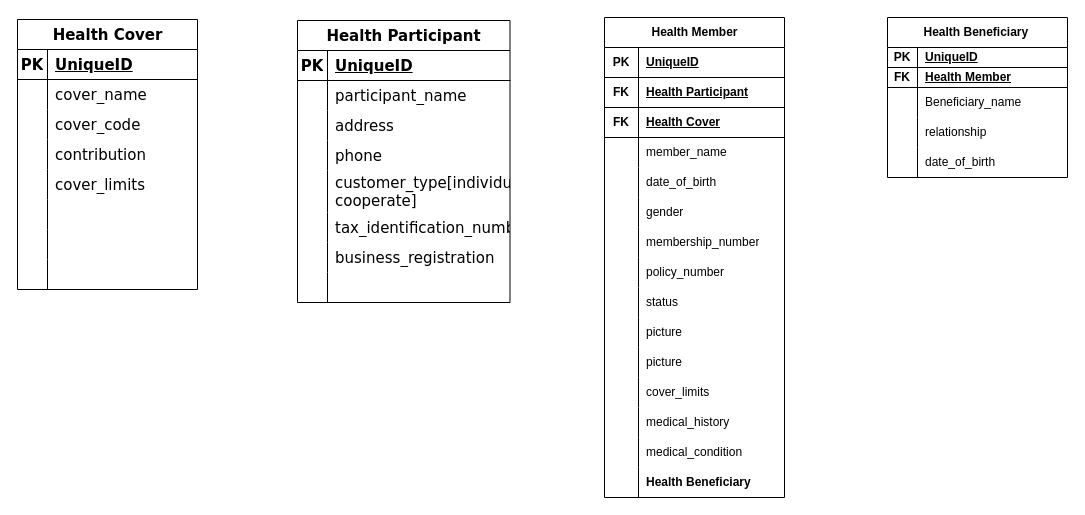
Before: page "Medical" (8 of 11) of erpnext/InSIST Insurance ERDiagram.drawio in InSIST-Global-Ltd/erpnext, a draw.io diagram. Source tidied: cells renumbered, new cells numbered last; positions are measured from the earlier drawing's top-left corner, leaving out a move shared by most shapes. Both pictures are drawn from the tidied source at 100%, with x=0, y=0 at pixel (17, 17).
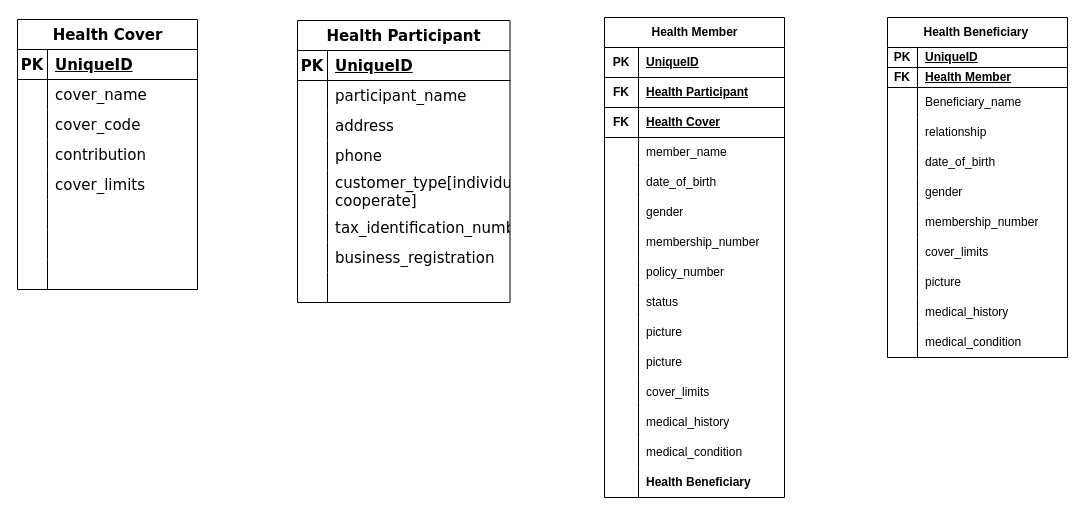
After the change.

Diff of the diagram source:
```diff
@@
     <mxCell id="98" value="Health Beneficiary&amp;nbsp;" style="shape=table;startSize=30;childLayout=tableLayout;rowLines=0;fontStyle=1;align=center;html=1;" parent="1" vertex="1">
-      <mxGeometry x="870" width="180" height="160" as="geometry" />
+      <mxGeometry x="870" width="180" height="340" as="geometry" />
     </mxCell>
@@
+    <mxCell id="114" style="shape=tableRow;horizontal=0;startSize=0;swimlaneHead=0;swimlaneBody=0;fillColor=none;top=0;left=0;right=0;bottom=0;" parent="98" vertex="1">
+      <mxGeometry y="160" width="180" height="30" as="geometry" />
+    </mxCell>
+    <mxCell id="115" style="shape=partialRectangle;fillColor=none;top=0;left=0;bottom=0;right=0;overflow=hidden;whiteSpace=wrap;html=1;" parent="114" vertex="1">
+      <mxGeometry width="30" height="30" as="geometry" />
+    </mxCell>
+    <mxCell id="116" value="gender" style="shape=partialRectangle;fillColor=none;top=0;left=0;bottom=0;right=0;align=left;spacingLeft=6;overflow=hidden;whiteSpace=wrap;html=1;" parent="114" vertex="1">
+      <mxGeometry x="30" width="150" height="30" as="geometry" />
+    </mxCell>
+    <mxCell id="117" style="shape=tableRow;horizontal=0;startSize=0;swimlaneHead=0;swimlaneBody=0;fillColor=none;top=0;left=0;right=0;bottom=0;" parent="98" vertex="1">
+      <mxGeometry y="190" width="180" height="30" as="geometry" />
+    </mxCell>
+    <mxCell id="118" style="shape=partialRectangle;fillColor=none;top=0;left=0;bottom=0;right=0;overflow=hidden;whiteSpace=wrap;html=1;" parent="117" vertex="1">
+      <mxGeometry width="30" height="30" as="geometry" />
+    </mxCell>
+    <mxCell id="119" value="membership_number" style="shape=partialRectangle;fillColor=none;top=0;left=0;bottom=0;right=0;align=left;spacingLeft=6;overflow=hidden;whiteSpace=wrap;html=1;" parent="117" vertex="1">
+      <mxGeometry x="30" width="150" height="30" as="geometry" />
+    </mxCell>
+    <mxCell id="120" style="shape=tableRow;horizontal=0;startSize=0;swimlaneHead=0;swimlaneBody=0;fillColor=none;top=0;left=0;right=0;bottom=0;" parent="98" vertex="1">
+      <mxGeometry y="220" width="180" height="30" as="geometry" />
+    </mxCell>
+    <mxCell id="121" style="shape=partialRectangle;fillColor=none;top=0;left=0;bottom=0;right=0;overflow=hidden;whiteSpace=wrap;html=1;" parent="120" vertex="1">
+      <mxGeometry width="30" height="30" as="geometry" />
+    </mxCell>
+    <mxCell id="122" value="cover_limits" style="shape=partialRectangle;fillColor=none;top=0;left=0;bottom=0;right=0;align=left;spacingLeft=6;overflow=hidden;whiteSpace=wrap;html=1;" parent="120" vertex="1">
+      <mxGeometry x="30" width="150" height="30" as="geometry" />
+    </mxCell>
+    <mxCell id="123" style="shape=tableRow;horizontal=0;startSize=0;swimlaneHead=0;swimlaneBody=0;fillColor=none;top=0;left=0;right=0;bottom=0;" parent="98" vertex="1">
+      <mxGeometry y="250" width="180" height="30" as="geometry" />
+    </mxCell>
+    <mxCell id="124" style="shape=partialRectangle;fillColor=none;top=0;left=0;bottom=0;right=0;overflow=hidden;whiteSpace=wrap;html=1;" parent="123" vertex="1">
+      <mxGeometry width="30" height="30" as="geometry" />
+    </mxCell>
+    <mxCell id="125" value="picture" style="shape=partialRectangle;fillColor=none;top=0;left=0;bottom=0;right=0;align=left;spacingLeft=6;overflow=hidden;whiteSpace=wrap;html=1;" parent="123" vertex="1">
+      <mxGeometry x="30" width="150" height="30" as="geometry" />
+    </mxCell>
+    <mxCell id="126" style="shape=tableRow;horizontal=0;startSize=0;swimlaneHead=0;swimlaneBody=0;fillColor=none;top=0;left=0;right=0;bottom=0;" parent="98" vertex="1">
+      <mxGeometry y="280" width="180" height="30" as="geometry" />
+    </mxCell>
+    <mxCell id="127" style="shape=partialRectangle;fillColor=none;top=0;left=0;bottom=0;right=0;overflow=hidden;whiteSpace=wrap;html=1;" parent="126" vertex="1">
+      <mxGeometry width="30" height="30" as="geometry" />
+    </mxCell>
+    <mxCell id="128" value="medical_history" style="shape=partialRectangle;fillColor=none;top=0;left=0;bottom=0;right=0;align=left;spacingLeft=6;overflow=hidden;whiteSpace=wrap;html=1;" parent="126" vertex="1">
+      <mxGeometry x="30" width="150" height="30" as="geometry" />
+    </mxCell>
+    <mxCell id="129" style="shape=tableRow;horizontal=0;startSize=0;swimlaneHead=0;swimlaneBody=0;fillColor=none;top=0;left=0;right=0;bottom=0;" parent="98" vertex="1">
+      <mxGeometry y="310" width="180" height="30" as="geometry" />
+    </mxCell>
+    <mxCell id="130" style="shape=partialRectangle;fillColor=none;top=0;left=0;bottom=0;right=0;overflow=hidden;whiteSpace=wrap;html=1;" parent="129" vertex="1">
+      <mxGeometry width="30" height="30" as="geometry" />
+    </mxCell>
+    <mxCell id="131" value="medical_condition" style="shape=partialRectangle;fillColor=none;top=0;left=0;bottom=0;right=0;align=left;spacingLeft=6;overflow=hidden;whiteSpace=wrap;html=1;" parent="129" vertex="1">
+      <mxGeometry x="30" width="150" height="30" as="geometry" />
+    </mxCell>
```
